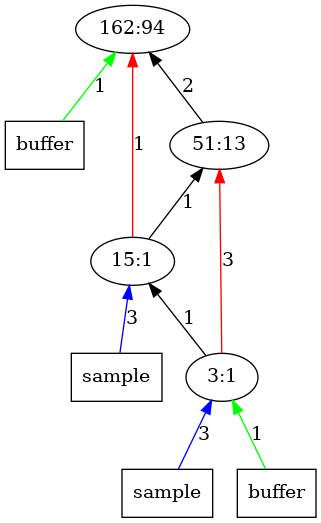
This is outputImages/op94.png.png from AbhikKhan/MTP_IITG, a Graphviz export, as it was before one commit. Its source is kept beside it as outputTrees/op94.dot.
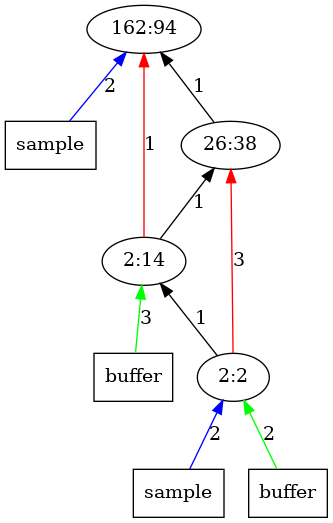
After the change.

Diff of the diagram source:
```diff
@@ -1,20 +1,20 @@
 digraph Tree{
 	rankdir="BT"
-	x12 -> 1 [label = "1", color = "green"];
-	x12 [label = "buffer", shape = "box"];
+	x11 -> 1 [label = "2", color = "blue"];
+	x11 [label = "sample", shape = "box"];
 	1 [label = "162:94"];
-	2 -> 1 [label = "2", color = "black"];
-	2 [label = "51:13"];
+	2 -> 1 [label = "1", color = "black"];
+	2 [label = "26:38"];
+	x32 -> 3 [label = "3", color = "green"];
+	x32 [label = "buffer", shape = "box"];
+	3 -> 1 [label = "1", color = "red"];
 	3 -> 2 [label = "1", color = "black"];
-	3 -> 1 [label = "1", color = "red"];
-	x31 -> 3 [label = "3", color = "blue"];
-	x31 [label = "sample", shape = "box"];
-	3 [label = "15:1"];
+	3 [label = "2:14"];
 	4 -> 3 [label = "1", color = "black"];
 	4 -> 2 [label = "3", color = "red"];
-	x41 -> 4 [label = "3", color = "blue"];
+	x41 -> 4 [label = "2", color = "blue"];
 	x41 [label = "sample", shape = "box"];
-	x42 -> 4 [label = "1", color = "green"];
+	x42 -> 4 [label = "2", color = "green"];
 	x42 [label = "buffer", shape = "box"];
-	4 [label = "3:1"];
+	4 [label = "2:2"];
 }
```
